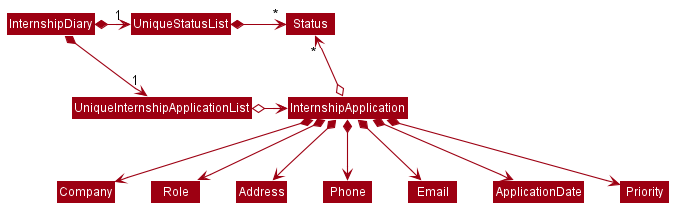
This is images/BetterModelClassDiagram.png from AY1920S2-CS2103T-F10-2/main, a PlantUML export, as it was before one commit.
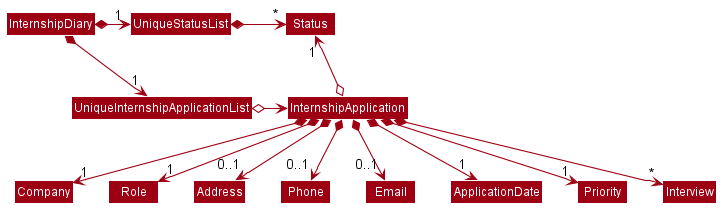
Above is the later version.

Diff of the diagram source:
```diff
@@ -59,13 +59,14 @@
 UniqueStatusList *-right-> "*" Status
 UniqueInternshipApplicationList o-right-> InternshipApplication
 
-InternshipApplication o-up-> "*" Status
+InternshipApplication o-up-> "1" Status
 
-InternshipApplication *--> Company
-InternshipApplication *--> Role
-InternshipApplication *--> Address
-InternshipApplication *--> Phone
-InternshipApplication *--> Email
-InternshipApplication *--> ApplicationDate
-InternshipApplication *--> Priority
+InternshipApplication *--> "1" Company
+InternshipApplication *--> "1" Role
+InternshipApplication *--> "0..1" Address
+InternshipApplication *--> "0..1" Phone
+InternshipApplication *--> "0..1" Email
+InternshipApplication *--> "1" ApplicationDate
+InternshipApplication *--> "1" Priority
+InternshipApplication *--> "*" Interview
 @enduml
```
